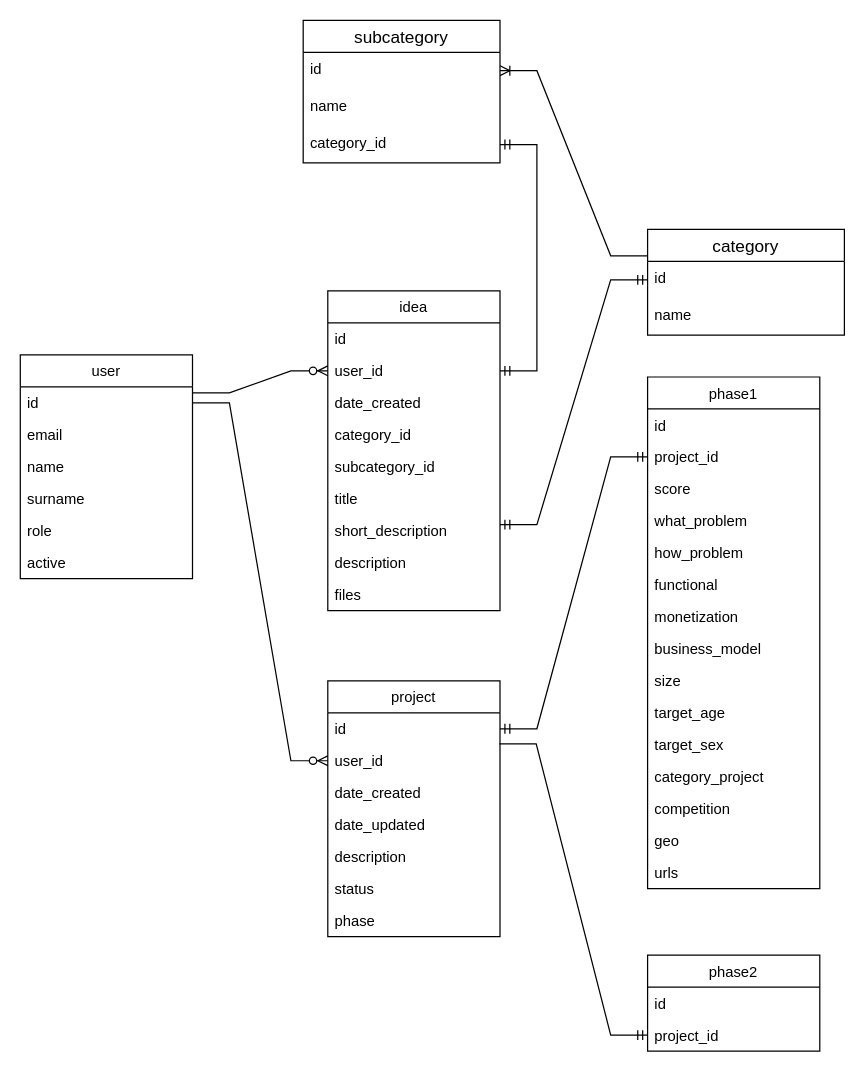
Earlier version of the draw.io diagram idea-hub.drawio (oleguslee/oleguslee). Source tidied: cells renumbered, new cells numbered last; positions are measured from the earlier drawing's top-left corner, leaving out a move shared by most shapes. Both pictures are drawn from the tidied source at 123%, with x=0, y=0 at pixel (20, 20).
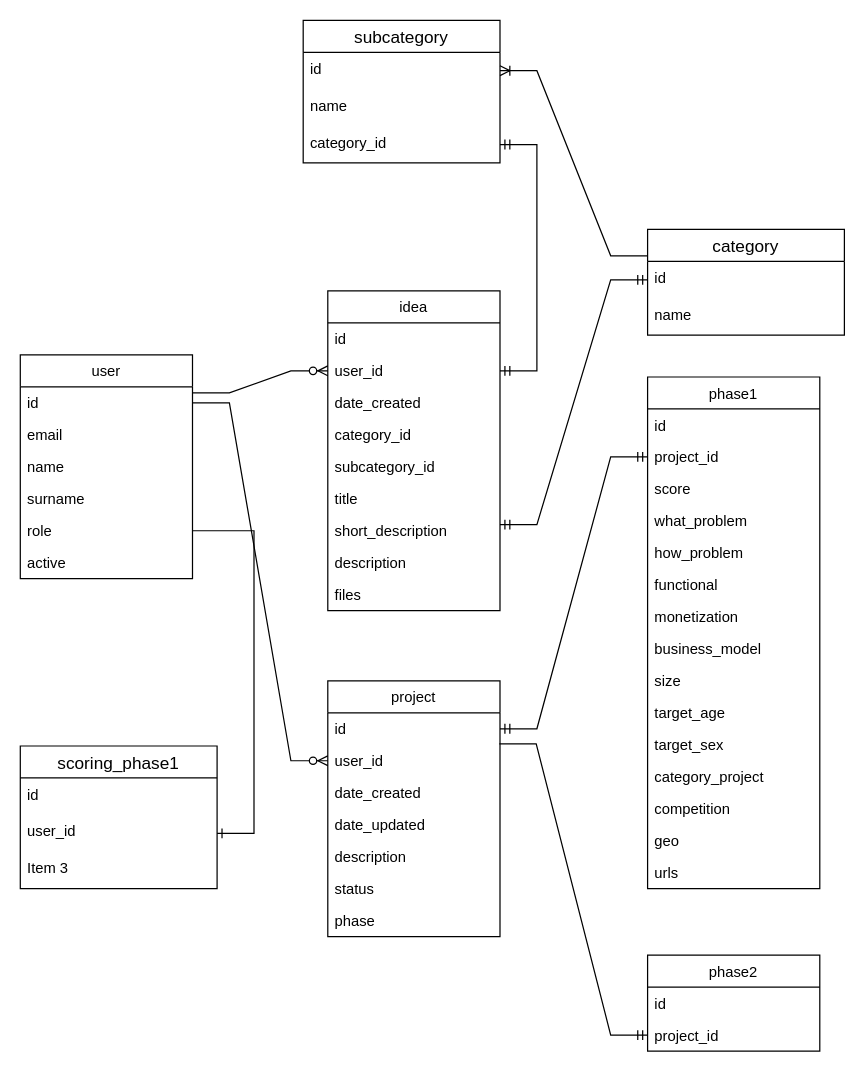
After the change.

The change refers to these unchanged cells:
```xml
<mxCell id="7" value="role" style="text;strokeColor=none;fillColor=none;align=left;verticalAlign=top;spacingLeft=4;spacingRight=4;overflow=hidden;points=[[0,0.5],[1,0.5]];portConstraint=eastwest;" parent="2" vertex="1">
  <mxGeometry y="130" width="140" height="26" as="geometry" />
</mxCell>
```

Diff of the diagram source:
```diff
@@
+    <mxCell id="60" value="scoring_phase1" style="swimlane;fontStyle=0;horizontal=1;startSize=26;align=center;fontSize=14;" parent="1" vertex="1">
+      <mxGeometry y="590" width="160" height="116" as="geometry" />
+    </mxCell>
+    <mxCell id="61" value="id" style="text;strokeColor=none;fillColor=none;spacingLeft=4;spacingRight=4;overflow=hidden;fontSize=12;" parent="60" vertex="1">
+      <mxGeometry y="26" width="160" height="30" as="geometry" />
+    </mxCell>
+    <mxCell id="62" value="user_id" style="text;strokeColor=none;fillColor=none;spacingLeft=4;spacingRight=4;overflow=hidden;points=[[0,0.5],[1,0.5]];portConstraint=eastwest;fontSize=12;" parent="60" vertex="1">
+      <mxGeometry y="56" width="160" height="30" as="geometry" />
+    </mxCell>
+    <mxCell id="63" value="Item 3" style="text;strokeColor=none;fillColor=none;spacingLeft=4;spacingRight=4;overflow=hidden;fontSize=12;" parent="60" vertex="1">
+      <mxGeometry y="86" width="160" height="30" as="geometry" />
+    </mxCell>
+    <mxCell id="64" style="edgeStyle=entityRelationEdgeStyle;fontSize=12;html=1;endArrow=ERone;endFill=1;rounded=0;exitX=1;exitY=0.5;exitDx=0;exitDy=0;" parent="1" edge="1" source="7" target="62">
+      <mxGeometry relative="1" as="geometry" />
+    </mxCell>
```
